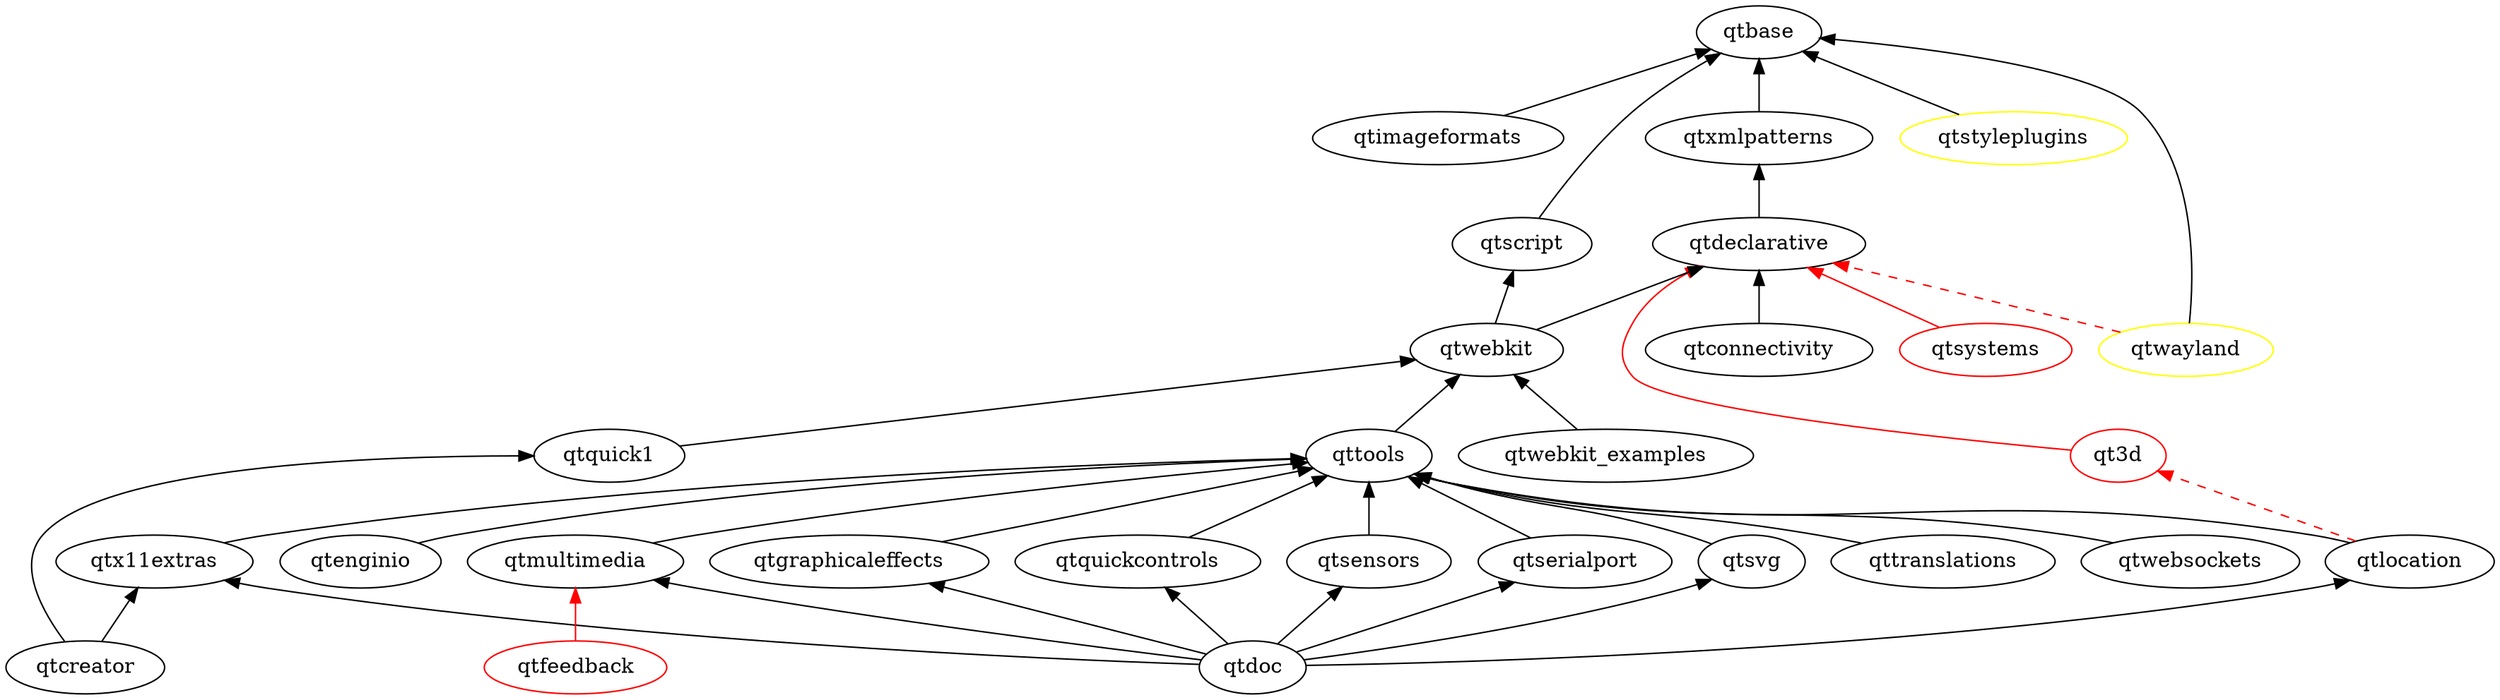
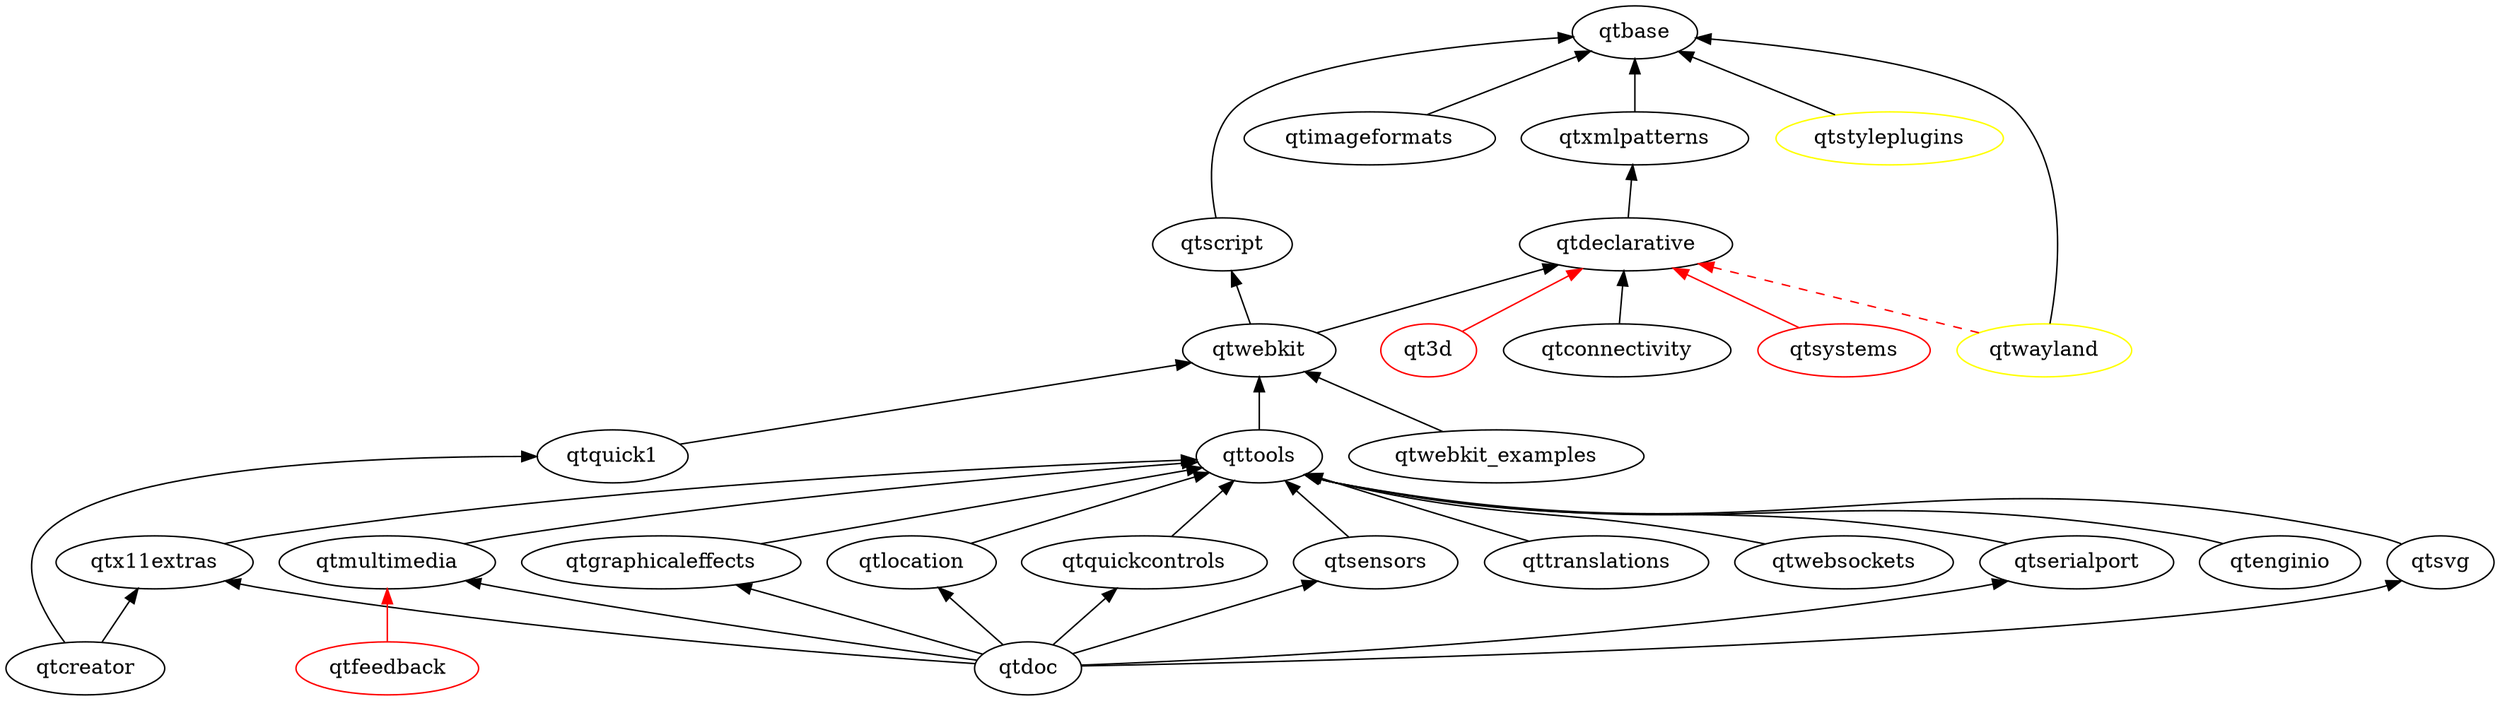
digraph qt5 {
  graph [
    rankdir = "BT"
  ]

  qt3d [ color = red ]
  qtbase
  qtconnectivity
  qtcreator
  qtdeclarative
  qtdoc
  qtenginio
  qtfeedback [ color = red ]
  qtgraphicaleffects
  qtimageformats
  qtlocation
  qtmultimedia
  qtquick1
  qtquickcontrols
  qtscript
  qtsensors
  qtserialport
  qtstyleplugins [ color = yellow ]
  qtsvg
  qtsystems [ color = red ]
  qttools
  qttranslations
  qtwayland [ color = yellow ]
  qtwebkit
  qtwebkit_examples
  qtwebsockets
  qtx11extras
  qtxmlpatterns

  qtconnectivity -> qtdeclarative
  qtcreator -> qtx11extras
  qtcreator -> qtquick1
  qtdeclarative -> qtxmlpatterns
  qtdoc -> qtgraphicaleffects
  qtdoc -> qtmultimedia
  qtdoc -> qtlocation
  qtdoc -> qtquickcontrols
  qtdoc -> qtsensors
  qtdoc -> qtserialport
  qtdoc -> qtsvg
  qtdoc -> qtx11extras
  qtenginio -> qttools
  qtgraphicaleffects -> qttools
  qtimageformats -> qtbase
  qtmultimedia -> qttools
  qtquick1 -> qtwebkit
  qtquickcontrols -> qttools
  qtsensors -> qttools
  qtserialport -> qttools
  qtscript -> qtbase
  qtstyleplugins -> qtbase
  qtsvg -> qttools
  qttools -> qtwebkit
  qttranslations -> qttools
  qtwayland -> qtbase
  qtwebkit -> qtscript
  qtwebkit -> qtdeclarative
  qtwebkit_examples -> qtwebkit
  qtwebsockets -> qttools
  qtx11extras -> qttools
  qtxmlpatterns -> qtbase
  qtlocation -> qttools

  // unsure/not-uploaded
  qt3d -> qtdeclarative [ color = red ]
  qtfeedback -> qtmultimedia [ color = red ]
-   qtlocation -> qt3d [ color = red style = dashed ]
  qtsystems -> qtdeclarative [ color = red ]
  qtwayland -> qtdeclarative [ color = red style = dashed ]
}
